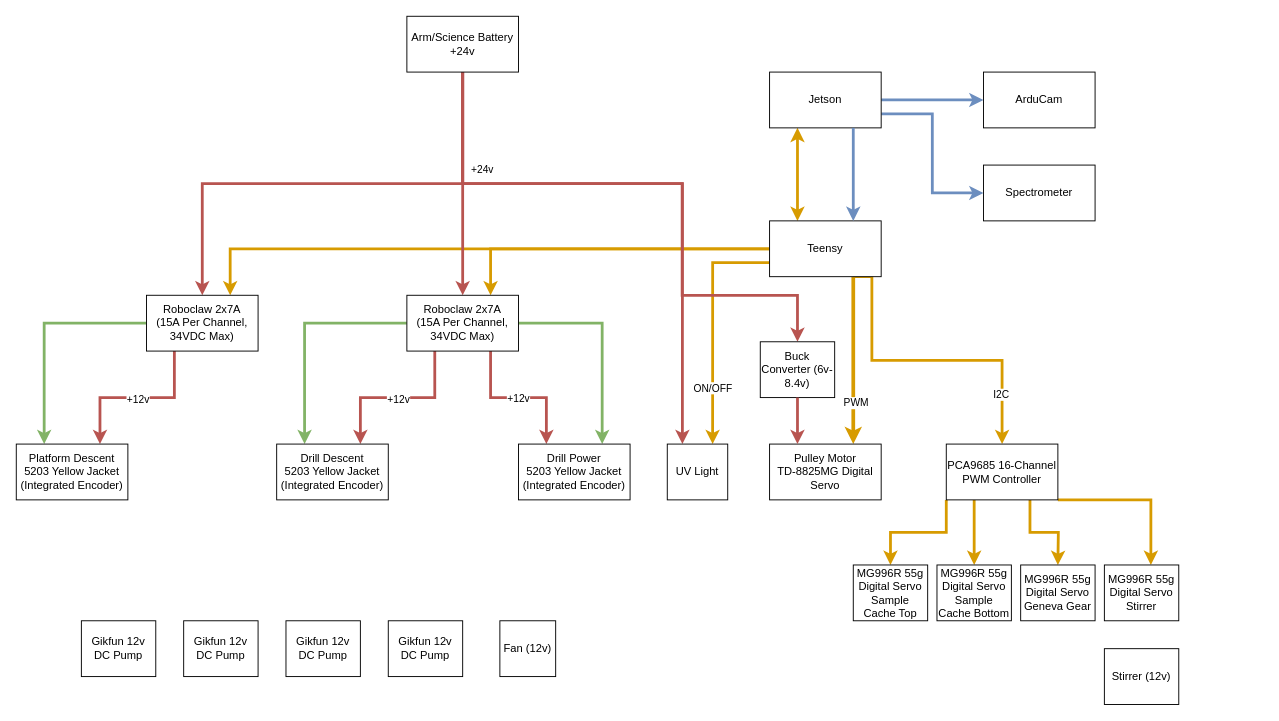
LucaLanzi/BILLEE-Hardware-2025-2026 keeps this draw.io diagram as page "Science" (2 of 2) of Rover Architecture/BILLEE Hardware Rover Architecture.drawio. Above is the earlier version. Source tidied: cells renumbered, new cells numbered last; positions are measured from the earlier drawing's top-left corner, leaving out a move shared by most shapes. Both pictures are drawn from the tidied source at 93%, with x=0, y=0 at pixel (16, 16).
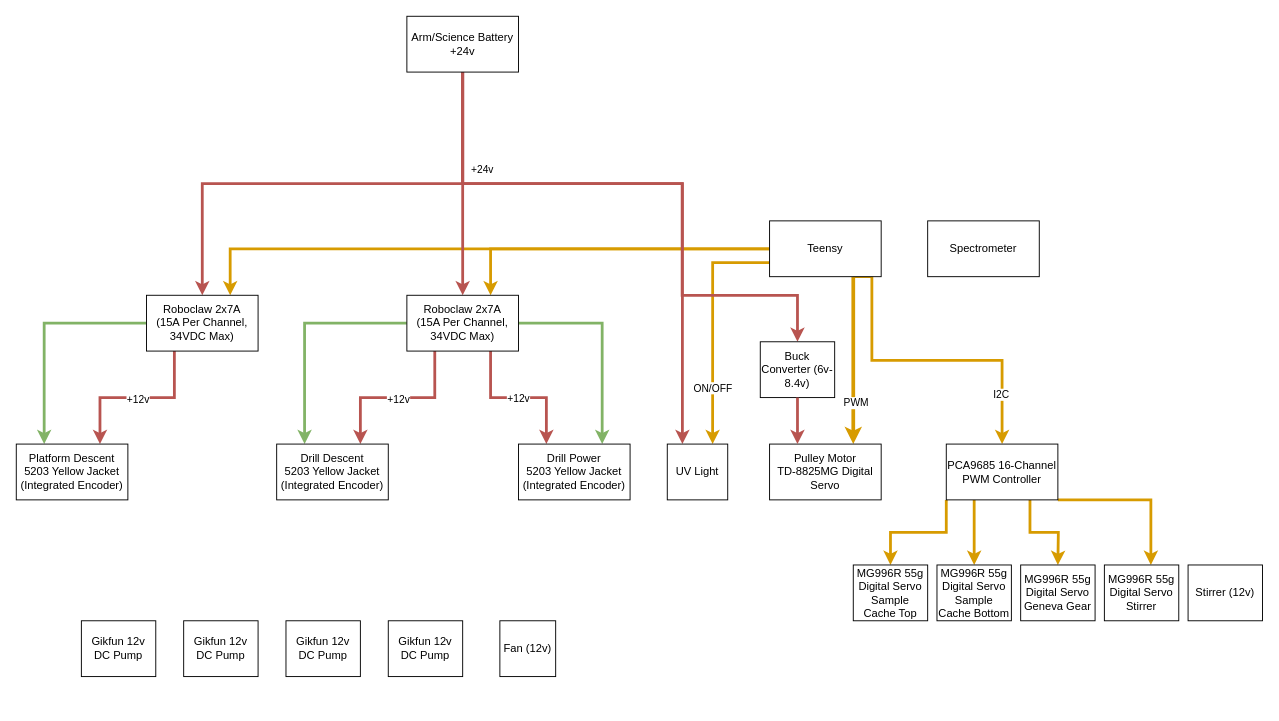
The same diagram, later.

The change refers to these unchanged cells:
```xml
<mxCell id="14" value="Teensy" style="rounded=0;whiteSpace=wrap;html=1;" parent="1" vertex="1">
  <mxGeometry x="810" y="220" width="120" height="60" as="geometry" />
</mxCell>
```

The edit, as a diff of the source:
```diff
@@
-    <mxCell id="2" style="edgeStyle=orthogonalEdgeStyle;rounded=0;jettySize=auto;html=1;exitX=0.25;exitY=1;exitDx=0;exitDy=0;fillColor=#ffcd28;gradientColor=#ffa500;strokeColor=#d79b00;strokeWidth=3;startArrow=classic;startFill=1;entryX=0.25;entryY=0;entryDx=0;entryDy=0;" parent="1" edge="1" source="5" target="14">
-      <mxGeometry relative="1" as="geometry">
-        <Array as="points">
-          <mxPoint x="840" y="170" />
-          <mxPoint x="840" y="170" />
-        </Array>
-      </mxGeometry>
-    </mxCell>
-    <mxCell id="3" style="edgeStyle=orthogonalEdgeStyle;rounded=0;jettySize=auto;html=1;exitX=1;exitY=0.5;exitDx=0;exitDy=0;fillColor=#dae8fc;gradientColor=#7ea6e0;strokeColor=#6c8ebf;strokeWidth=3;" parent="1" edge="1" source="5">
-      <mxGeometry relative="1" as="geometry">
-        <mxPoint x="1040" y="90" as="targetPoint" />
-      </mxGeometry>
-    </mxCell>
-    <mxCell id="4" style="edgeStyle=orthogonalEdgeStyle;rounded=0;jettySize=auto;html=1;exitX=1;exitY=0.75;exitDx=0;exitDy=0;entryX=0;entryY=0.5;entryDx=0;entryDy=0;strokeWidth=3;fillColor=#dae8fc;gradientColor=#7ea6e0;strokeColor=#6c8ebf;" parent="1" edge="1" source="5" target="42">
-      <mxGeometry relative="1" as="geometry">
-        <Array as="points">
-          <mxPoint x="985" y="105" />
-          <mxPoint x="985" y="190" />
-        </Array>
-      </mxGeometry>
-    </mxCell>
-    <mxCell id="5" value="Jetson" style="rounded=0;whiteSpace=wrap;html=1;" parent="1" vertex="1">
-      <mxGeometry x="810" y="60" width="120" height="60" as="geometry" />
-    </mxCell>
@@
-    <mxCell id="15" value="ArduCam" style="rounded=0;whiteSpace=wrap;html=1;" parent="1" vertex="1">
-      <mxGeometry x="1040" y="60" width="120" height="60" as="geometry" />
-    </mxCell>
-    <mxCell id="16" style="edgeStyle=orthogonalEdgeStyle;rounded=0;jettySize=auto;html=1;exitX=0.75;exitY=1;exitDx=0;exitDy=0;fillColor=#dae8fc;gradientColor=#7ea6e0;strokeColor=#6c8ebf;strokeWidth=3;entryX=0.75;entryY=0;entryDx=0;entryDy=0;" parent="1" edge="1" source="5" target="14">
-      <mxGeometry relative="1" as="geometry" />
-    </mxCell>
@@
     <mxCell id="42" value="Spectrometer" style="rounded=0;whiteSpace=wrap;html=1;" parent="1" vertex="1">
-      <mxGeometry x="1040" y="160" width="120" height="60" as="geometry" />
+      <mxGeometry x="980" y="220" width="120" height="60" as="geometry" />
     </mxCell>
@@
     <mxCell id="52" value="Stirrer (12v)" style="rounded=0;whiteSpace=wrap;html=1;" parent="1" vertex="1">
-      <mxGeometry x="1170" y="680" width="80" height="60" as="geometry" />
+      <mxGeometry x="1260" y="590" width="80" height="60" as="geometry" />
     </mxCell>
```
